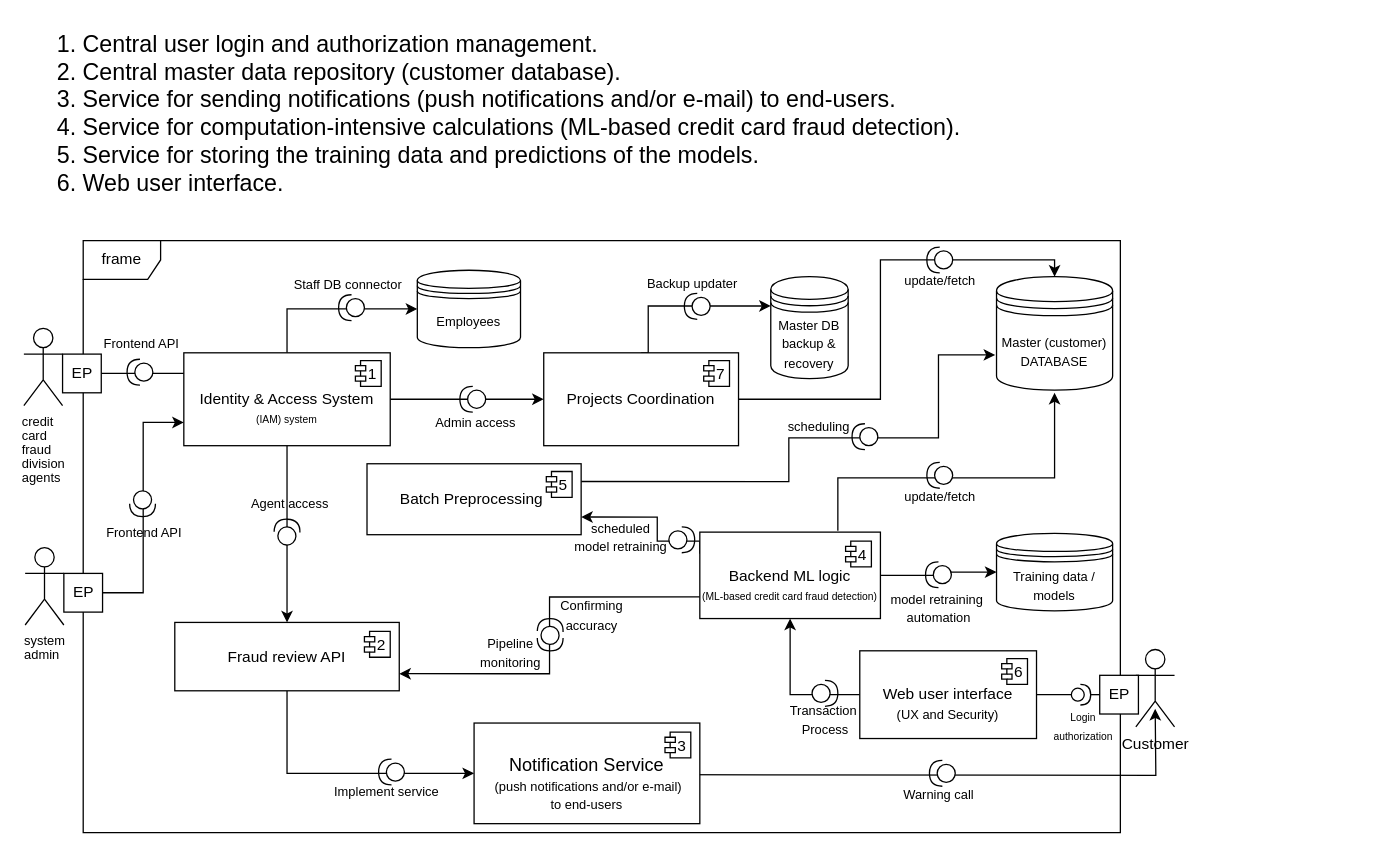
Before: gifs/Untitled Diagram.drawio in midani-47/midani-47, a draw.io diagram. Source tidied: cells renumbered, new cells numbered last; positions are measured from the earlier drawing's top-left corner, leaving out a move shared by most shapes. Both pictures are drawn from the tidied source at 129%, with x=0, y=0 at pixel (23, 22).
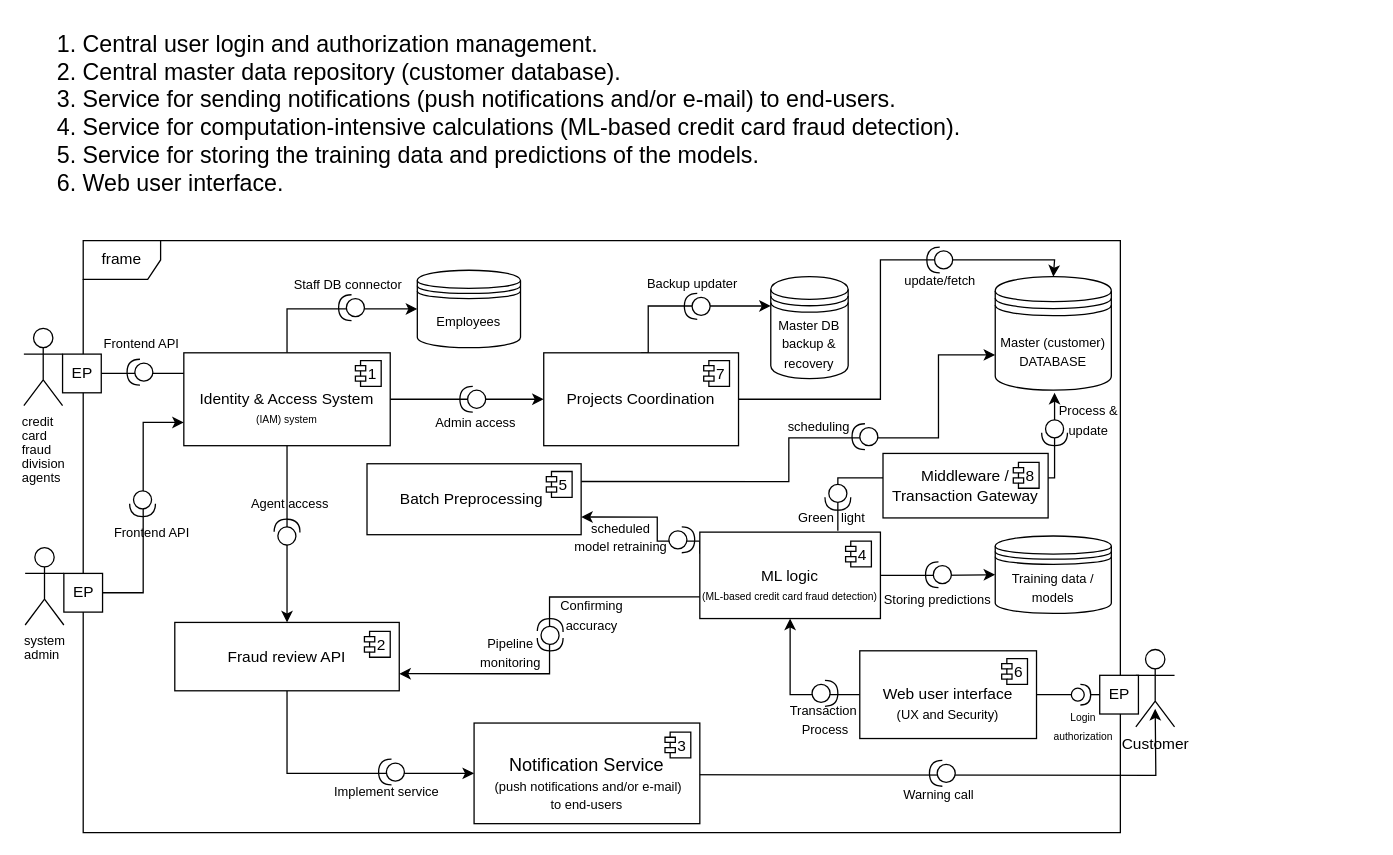
The same page after the edit.

What changed in the source:
```diff
@@
-    <mxCell id="25" value="&lt;div&gt;&lt;br&gt;&lt;/div&gt;Backend ML logic&lt;div&gt;&lt;span style=&quot;text-align: left;&quot;&gt;&lt;font style=&quot;font-size: 8px;&quot;&gt;(ML-based credit card fraud detection)&lt;/font&gt;&lt;/span&gt;&lt;/div&gt;" style="html=1;whiteSpace=wrap;" parent="1" vertex="1">
+    <mxCell id="25" value="&lt;div&gt;&lt;br&gt;&lt;/div&gt;ML logic&lt;div&gt;&lt;span style=&quot;text-align: left;&quot;&gt;&lt;font style=&quot;font-size: 8px;&quot;&gt;(ML-based credit card fraud detection)&lt;/font&gt;&lt;/span&gt;&lt;/div&gt;" style="html=1;whiteSpace=wrap;" parent="1" vertex="1">
       <mxGeometry x="524" y="395" width="140" height="67" as="geometry" />
     </mxCell>
@@
     <mxCell id="27" value="&lt;span style=&quot;font-size: 10px;&quot;&gt;Training data / models&lt;/span&gt;" style="shape=datastore;whiteSpace=wrap;html=1;" parent="1" vertex="1">
-      <mxGeometry x="754" y="396" width="90" height="60" as="geometry" />
+      <mxGeometry x="753" y="398" width="90" height="60" as="geometry" />
     </mxCell>
     <mxCell id="28" value="&lt;font style=&quot;font-size: 10px;&quot;&gt;Master (customer)&lt;/font&gt;&lt;div&gt;&lt;font style=&quot;font-size: 10px;&quot;&gt;DATABASE&lt;/font&gt;&lt;/div&gt;" style="shape=datastore;whiteSpace=wrap;html=1;" parent="1" vertex="1">
-      <mxGeometry x="754" y="197" width="90" height="88" as="geometry" />
+      <mxGeometry x="753" y="197" width="90" height="88" as="geometry" />
     </mxCell>
@@
     <mxCell id="37" value="&lt;font style=&quot;font-size: 10px;&quot;&gt;Frontend API&lt;/font&gt;" style="text;html=1;align=center;verticalAlign=middle;strokeColor=none;fillColor=none;" parent="1" vertex="1">
-      <mxGeometry x="55" y="382" width="76" height="26" as="geometry" />
+      <mxGeometry x="61" y="382" width="76" height="26" as="geometry" />
     </mxCell>
@@
-    <mxCell id="60" value="&lt;font style=&quot;font-size: 10px;&quot;&gt;model retraining&amp;nbsp;&lt;/font&gt;&lt;div&gt;&lt;font style=&quot;font-size: 10px;&quot;&gt;automation&lt;/font&gt;&lt;/div&gt;" style="text;whiteSpace=wrap;html=1;align=center;" parent="1" vertex="1">
-      <mxGeometry x="657" y="433.3" width="105.2" height="21.4" as="geometry" />
+    <mxCell id="60" value="&lt;span style=&quot;font-size: 10px;&quot;&gt;Storing predictions&lt;/span&gt;" style="text;whiteSpace=wrap;html=1;align=center;" parent="1" vertex="1">
+      <mxGeometry x="656" y="433.3" width="105.2" height="21.4" as="geometry" />
     </mxCell>
@@
-    <mxCell id="70" style="shape=providedRequiredInterface;html=1;verticalLabelPosition=bottom;rotation=-180;" parent="1" vertex="1">
-      <mxGeometry x="700" y="341" width="20" height="20" as="geometry" />
-    </mxCell>
-    <mxCell id="71" value="&lt;font style=&quot;font-size: 10px;&quot;&gt;update/fetch&lt;/font&gt;" style="text;html=1;align=center;verticalAlign=middle;strokeColor=none;fillColor=none;" parent="1" vertex="1">
-      <mxGeometry x="673" y="353.5" width="73" height="26" as="geometry" />
-    </mxCell>
@@
+    <mxCell id="80" value="&lt;p class=&quot;p1&quot;&gt;&lt;span style=&quot;background-color: transparent; color: light-dark(rgb(0, 0, 0), rgb(255, 255, 255));&quot;&gt;Middleware / Transaction Gateway&lt;/span&gt;&lt;/p&gt;" style="html=1;whiteSpace=wrap;" parent="1" vertex="1">
+      <mxGeometry x="666" y="334" width="128" height="50" as="geometry" />
+    </mxCell>
+    <mxCell id="81" value="  8" style="shape=module;jettyWidth=8;jettyHeight=4;" parent="80" vertex="1">
+      <mxGeometry x="1" width="20" height="20" relative="1" as="geometry">
+        <mxPoint x="-27" y="7" as="offset" />
+      </mxGeometry>
+    </mxCell>
+    <mxCell id="82" style="shape=providedRequiredInterface;html=1;verticalLabelPosition=bottom;rotation=90;" parent="1" vertex="1">
+      <mxGeometry x="789" y="308" width="20" height="20" as="geometry" />
+    </mxCell>
+    <mxCell id="83" value="&lt;font style=&quot;font-size: 10px;&quot;&gt;Process &amp;amp;&lt;/font&gt;&lt;div&gt;&lt;font style=&quot;font-size: 10px;&quot;&gt;update&lt;/font&gt;&lt;/div&gt;" style="text;html=1;align=center;verticalAlign=middle;strokeColor=none;fillColor=none;" parent="1" vertex="1">
+      <mxGeometry x="793" y="287" width="64" height="41" as="geometry" />
+    </mxCell>
+    <mxCell id="84" style="shape=providedRequiredInterface;html=1;verticalLabelPosition=bottom;rotation=90;" parent="1" vertex="1">
+      <mxGeometry x="621" y="358" width="20" height="20" as="geometry" />
+    </mxCell>
+    <mxCell id="85" value="&lt;span style=&quot;font-size: 10px;&quot;&gt;Green&amp;nbsp; light&lt;/span&gt;" style="text;html=1;align=center;verticalAlign=middle;strokeColor=none;fillColor=none;" parent="1" vertex="1">
+      <mxGeometry x="591" y="370.5" width="70" height="26" as="geometry" />
+    </mxCell>
```
